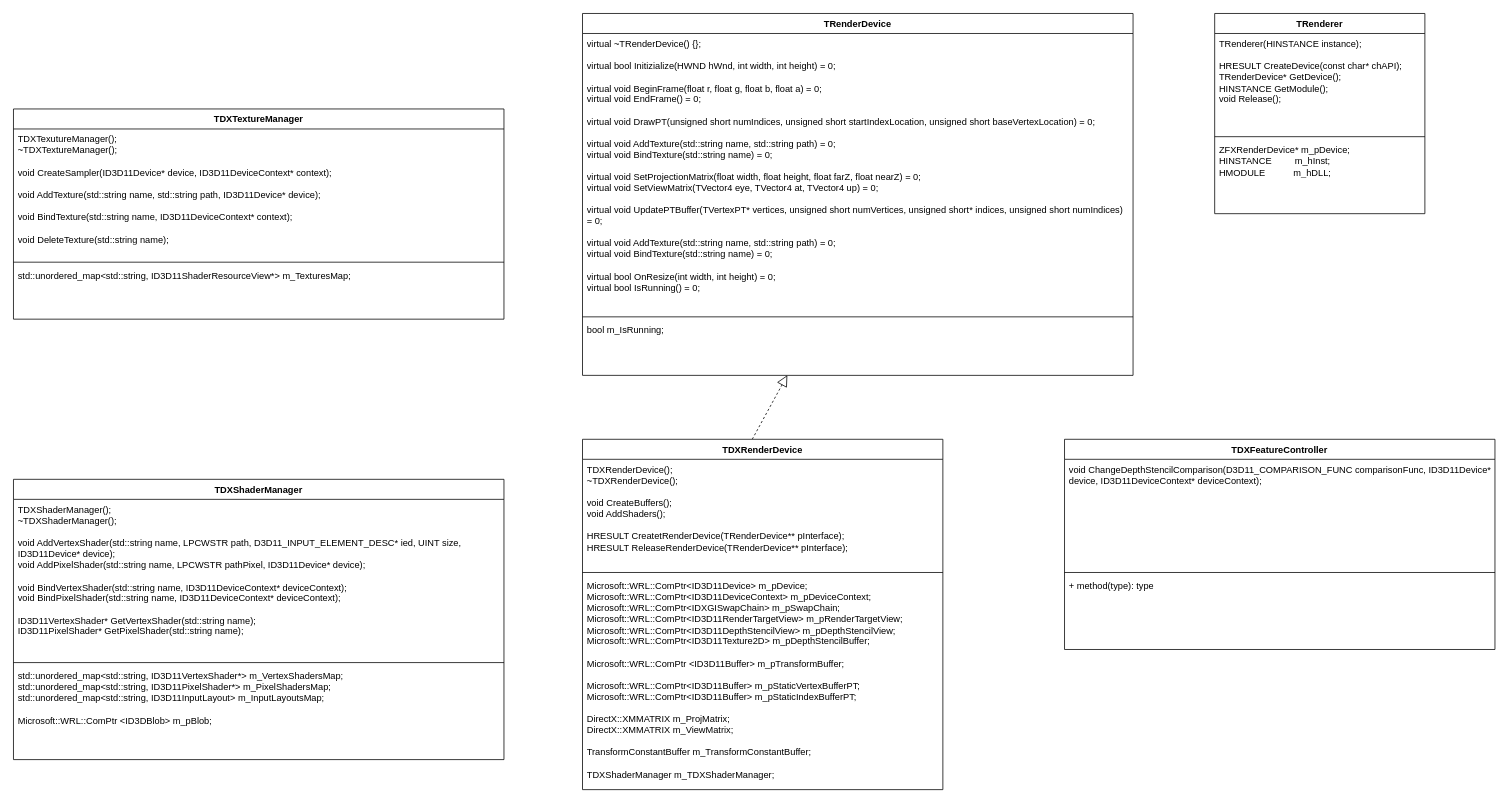
This is UML/TRenderer.drawio from f1oating/TRender, a draw.io file, before an edit. Source tidied: cells renumbered, new cells numbered last; positions are measured from the earlier drawing's top-left corner, leaving out a move shared by most shapes. Both pictures are drawn from the tidied source at 77%, with x=0, y=0 at pixel (13, 13).
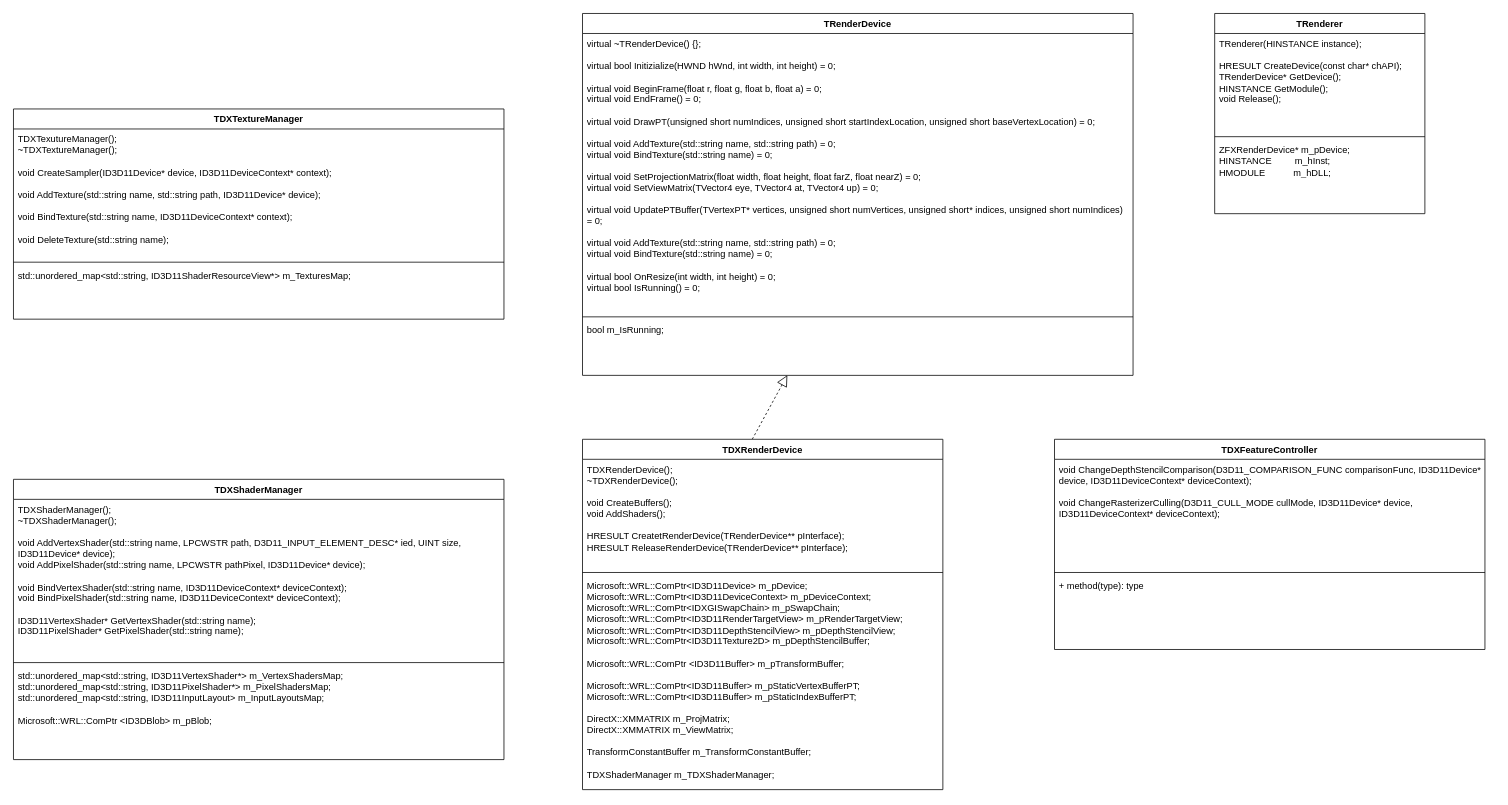
The same diagram, later.

Diff of the diagram source:
```diff
@@
     <mxCell id="23" value="TDXFeatureController" style="swimlane;fontStyle=1;align=center;verticalAlign=top;horizontal=1;startSize=26;whiteSpace=wrap;html=1;" parent="1" vertex="1">
-      <mxGeometry x="1365" y="553" width="559" height="273" as="geometry" />
+      <mxGeometry x="1352" y="553" width="559" height="273" as="geometry" />
     </mxCell>
-    <mxCell id="24" value="&lt;span class=&quot;hljs-type&quot;&gt;void&lt;/span&gt; &lt;span class=&quot;hljs-title&quot;&gt;ChangeDepthStencilComparison&lt;/span&gt;&lt;span class=&quot;hljs-params&quot;&gt;(D3D11_COMPARISON_FUNC comparisonFunc, &lt;/span&gt;ID3D11Device* device, ID3D11DeviceContext* deviceContext&lt;span class=&quot;hljs-params&quot;&gt;);&lt;/span&gt;" style="text;strokeColor=none;fillColor=none;align=left;verticalAlign=top;spacingLeft=4;spacingRight=4;overflow=hidden;whiteSpace=wrap;html=1;" parent="23" vertex="1">
+    <mxCell id="24" value="&lt;div&gt;&lt;span class=&quot;hljs-type&quot;&gt;void&lt;/span&gt; &lt;span class=&quot;hljs-title&quot;&gt;ChangeDepthStencilComparison&lt;/span&gt;&lt;span class=&quot;hljs-params&quot;&gt;(D3D11_COMPARISON_FUNC comparisonFunc, &lt;/span&gt;ID3D11Device* device, ID3D11DeviceContext* deviceContext&lt;span class=&quot;hljs-params&quot;&gt;);&lt;/span&gt;&lt;/div&gt;&lt;div&gt;&lt;span class=&quot;hljs-params&quot;&gt;&lt;br&gt;&lt;/span&gt;&lt;/div&gt;&lt;div&gt;&lt;span class=&quot;hljs-params&quot;&gt;void ChangeRasterizerCulling(D3D11_CULL_MODE cullMode, ID3D11Device* device, ID3D11DeviceContext* deviceContext);&lt;br&gt;&lt;/span&gt;&lt;/div&gt;" style="text;strokeColor=none;fillColor=none;align=left;verticalAlign=top;spacingLeft=4;spacingRight=4;overflow=hidden;whiteSpace=wrap;html=1;" parent="23" vertex="1">
       <mxGeometry y="26" width="559" height="143" as="geometry" />
     </mxCell>
```
